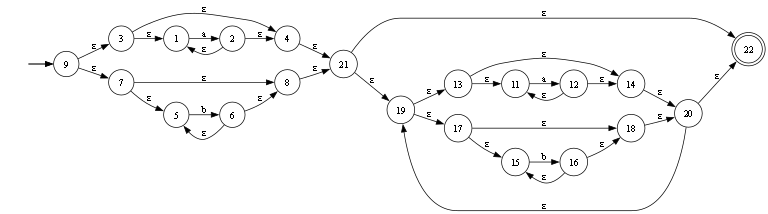
Before: automata.gv.png, a diagram exported from Graphviz (donmatthiuz/Laboratorios_Teoria_Computacion-). Its source is kept beside it as automata.gv. Its diagram source:
```dot
digraph finite_state_machine {
	rankdir=LR size="8,5"
	node [shape=doublecircle]
	22
	node [shape=circle]
	"" [style=invis]
	"" -> 9
	9 -> 3 [label="ε"]
	"" [style=invis]
	"" -> 9
	9 -> 7 [label="ε"]
	4 -> 21 [label="ε"]
	8 -> 21 [label="ε"]
	3 -> 1 [label="ε"]
	2 -> 1 [label="ε"]
	2 -> 4 [label="ε"]
	3 -> 4 [label="ε"]
	1 -> 2 [label=a]
	7 -> 5 [label="ε"]
	6 -> 5 [label="ε"]
	6 -> 8 [label="ε"]
	7 -> 8 [label="ε"]
	5 -> 6 [label=b]
	21 -> 19 [label="ε"]
	20 -> 19 [label="ε"]
	20 -> 22 [label="ε"]
	21 -> 22 [label="ε"]
	19 -> 13 [label="ε"]
	19 -> 17 [label="ε"]
	14 -> 20 [label="ε"]
	18 -> 20 [label="ε"]
	13 -> 11 [label="ε"]
	12 -> 11 [label="ε"]
	12 -> 14 [label="ε"]
	13 -> 14 [label="ε"]
	11 -> 12 [label=a]
	17 -> 15 [label="ε"]
	16 -> 15 [label="ε"]
	16 -> 18 [label="ε"]
	17 -> 18 [label="ε"]
	15 -> 16 [label=b]
}
```
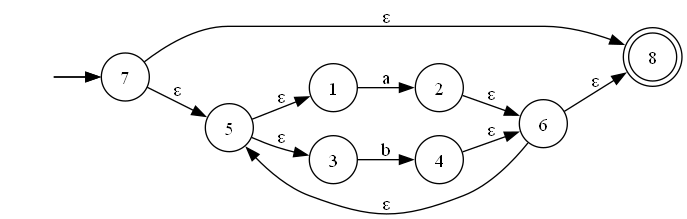
After the commit.

The edit, as a diff of the source:
```diff
@@ -1,42 +1,20 @@
 digraph finite_state_machine {
 	rankdir=LR size="8,5"
 	node [shape=doublecircle]
-	22
+	8
 	node [shape=circle]
 	"" [style=invis]
-	"" -> 9
-	9 -> 3 [label="ε"]
-	"" [style=invis]
-	"" -> 9
-	9 -> 7 [label="ε"]
-	4 -> 21 [label="ε"]
-	8 -> 21 [label="ε"]
-	3 -> 1 [label="ε"]
-	2 -> 1 [label="ε"]
-	2 -> 4 [label="ε"]
-	3 -> 4 [label="ε"]
-	1 -> 2 [label=a]
+	"" -> 7
 	7 -> 5 [label="ε"]
 	6 -> 5 [label="ε"]
 	6 -> 8 [label="ε"]
+	"" [style=invis]
+	"" -> 7
 	7 -> 8 [label="ε"]
-	5 -> 6 [label=b]
-	21 -> 19 [label="ε"]
-	20 -> 19 [label="ε"]
-	20 -> 22 [label="ε"]
-	21 -> 22 [label="ε"]
-	19 -> 13 [label="ε"]
-	19 -> 17 [label="ε"]
-	14 -> 20 [label="ε"]
-	18 -> 20 [label="ε"]
-	13 -> 11 [label="ε"]
-	12 -> 11 [label="ε"]
-	12 -> 14 [label="ε"]
-	13 -> 14 [label="ε"]
-	11 -> 12 [label=a]
-	17 -> 15 [label="ε"]
-	16 -> 15 [label="ε"]
-	16 -> 18 [label="ε"]
-	17 -> 18 [label="ε"]
-	15 -> 16 [label=b]
+	5 -> 1 [label="ε"]
+	5 -> 3 [label="ε"]
+	2 -> 6 [label="ε"]
+	4 -> 6 [label="ε"]
+	1 -> 2 [label=a]
+	3 -> 4 [label=b]
 }
```
